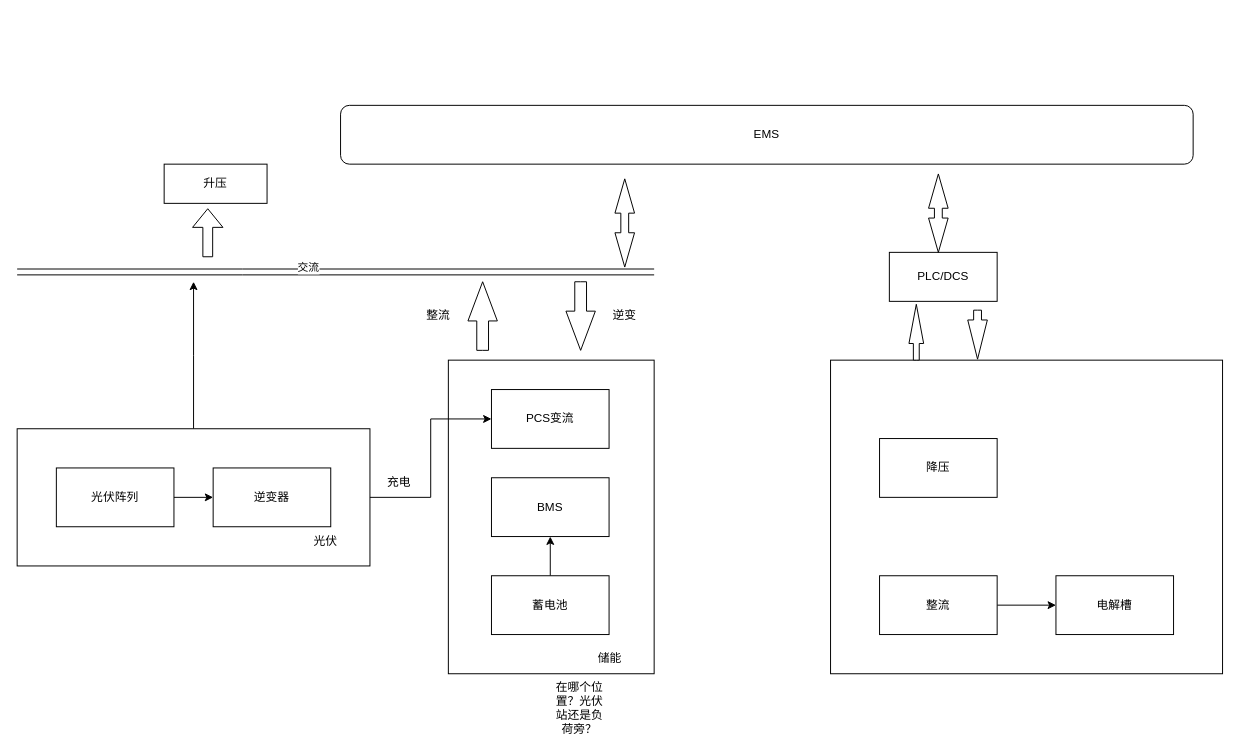
The draw.io diagram 未命名绘图.drawio in kiwiyan/3D, before the edit. Source tidied: cells renumbered, new cells numbered last; positions are measured from the earlier drawing's top-left corner, leaving out a move shared by most shapes. Both pictures are drawn from the tidied source at 98%, with x=0, y=0 at pixel (17, 105).
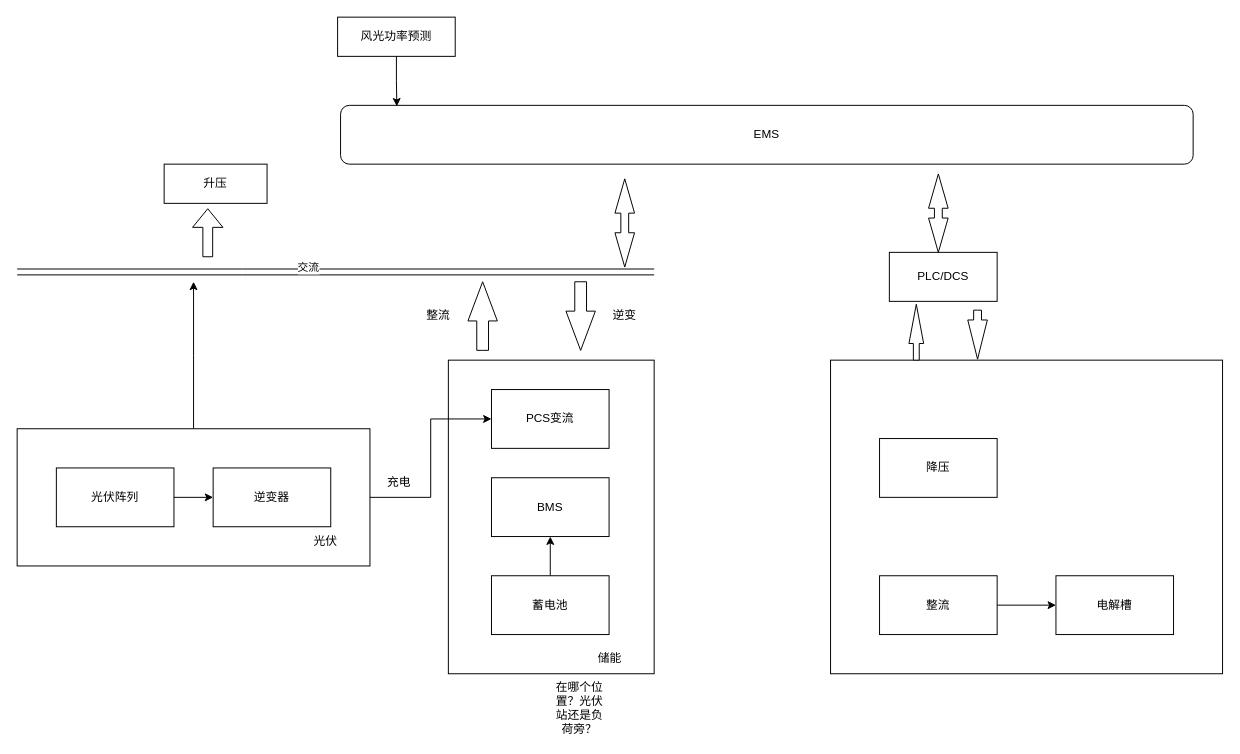
After the change.

Commit message (it also covers changes not shown here):
更新未命名绘图.drawio

Unchanged cells that the change refers to:
```xml
<mxCell id="17" value="EMS" style="rounded=1;whiteSpace=wrap;html=1;" parent="1" vertex="1">
  <mxGeometry x="330" width="870" height="60" as="geometry" />
</mxCell>
```

Diff of the diagram source:
```diff
@@
+    <mxCell id="36" value="风光功率预测" style="rounded=0;whiteSpace=wrap;html=1;" parent="1" vertex="1">
+      <mxGeometry x="327" y="-90" width="120" height="40" as="geometry" />
+    </mxCell>
+    <mxCell id="37" style="edgeStyle=orthogonalEdgeStyle;rounded=0;jettySize=auto;html=1;entryX=0.066;entryY=0.017;entryDx=0;entryDy=0;entryPerimeter=0;" parent="1" edge="1" source="36" target="17">
+      <mxGeometry relative="1" as="geometry" />
+    </mxCell>
```
